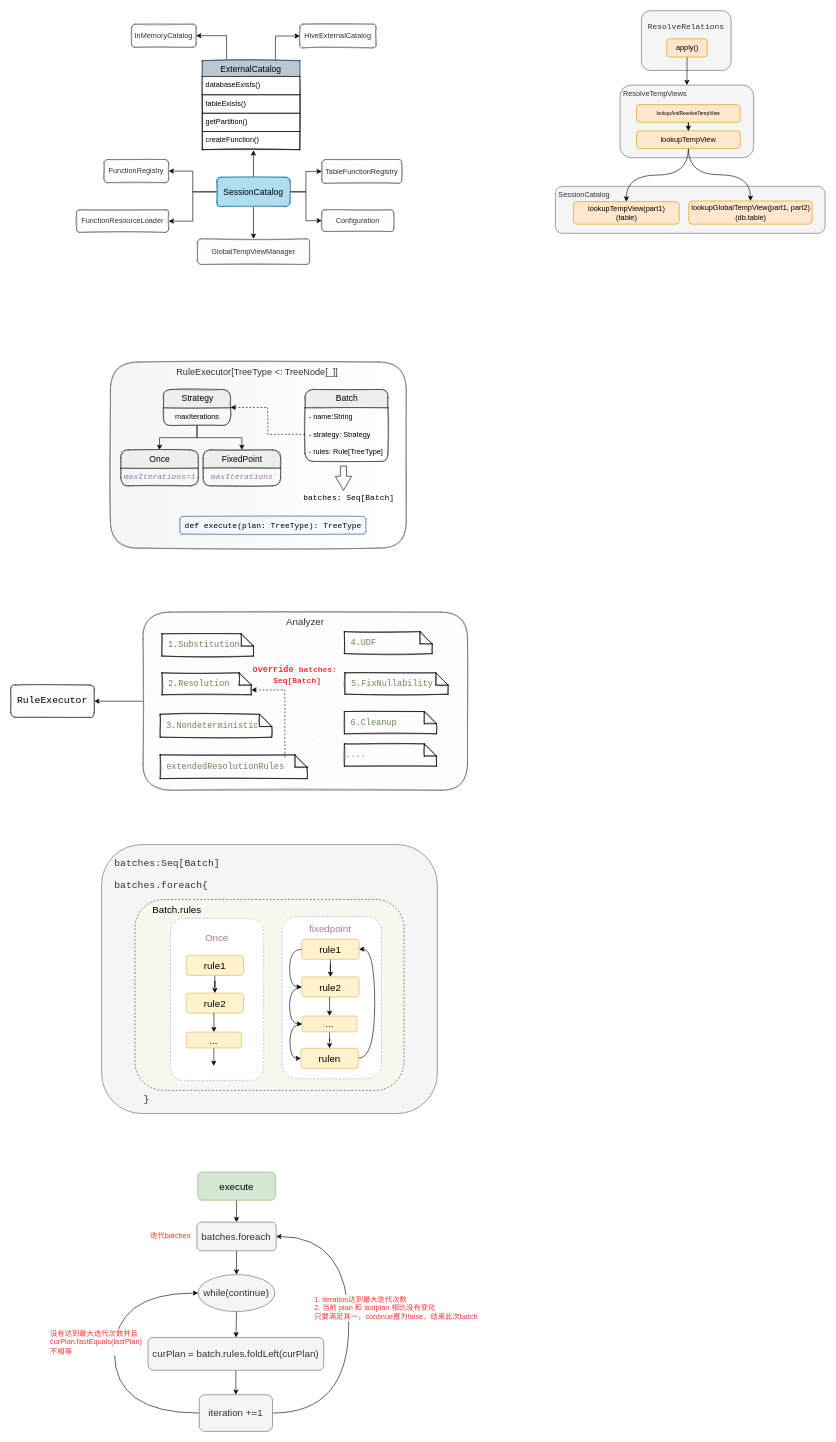
The draw.io diagram Analyzed_and_so_on.drawio in kirito1015/spark_source.sql, before the edit. Source tidied: cells renumbered, new cells numbered last; positions are measured from the earlier drawing's top-left corner, leaving out a move shared by most shapes. Both pictures are drawn from the tidied source at 61%, with x=0, y=0 at pixel (10, 10).
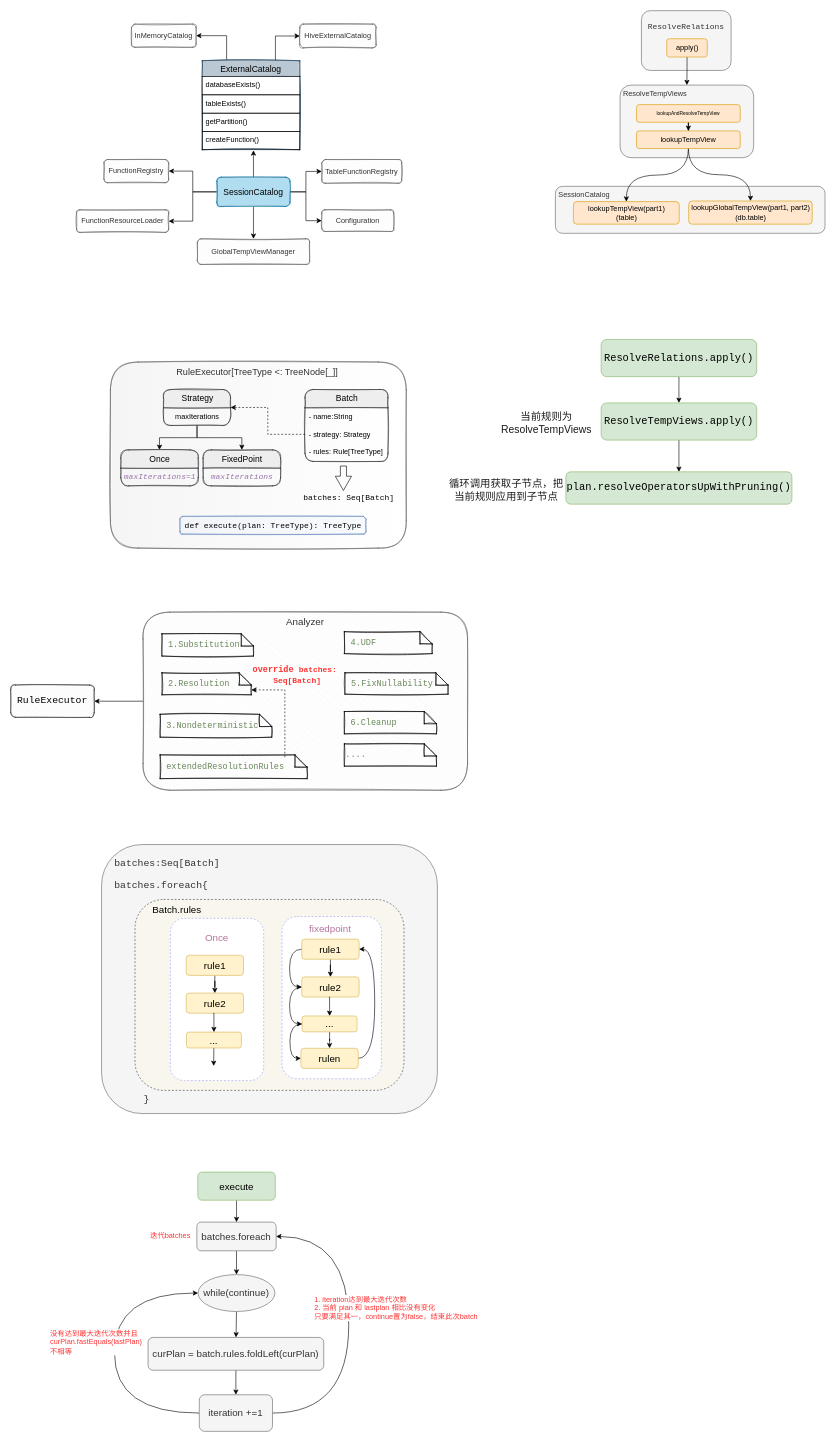
After the change.

Change to the diagram source:
```diff
@@
+    <mxCell id="102" style="edgeStyle=orthogonalEdgeStyle;curved=1;rounded=0;sketch=0;jettySize=auto;html=1;fontFamily=Helvetica;fontSize=17;fontColor=#1A1A1A;elbow=vertical;" parent="1" edge="1" source="103" target="105">
+      <mxGeometry relative="1" as="geometry" />
+    </mxCell>
+    <mxCell id="103" value="&lt;pre style=&quot;font-family: &amp;#34;jetbrains mono&amp;#34; , monospace ; font-size: 17px&quot;&gt;ResolveRelations.apply()&lt;/pre&gt;" style="text;whiteSpace=wrap;html=1;fontSize=17;align=center;verticalAlign=middle;rounded=1;shadow=0;labelBackgroundColor=none;labelBorderColor=none;sketch=0;fillColor=#d5e8d4;strokeColor=#82b366;" parent="1" vertex="1">
+      <mxGeometry x="968" y="539" width="255" height="61" as="geometry" />
+    </mxCell>
+    <mxCell id="104" style="rounded=0;sketch=0;jettySize=auto;html=1;fontFamily=Helvetica;fontSize=17;fontColor=#1A1A1A;elbow=vertical;edgeStyle=orthogonalEdgeStyle;" parent="1" edge="1" source="105" target="106">
+      <mxGeometry relative="1" as="geometry" />
+    </mxCell>
+    <mxCell id="105" value="&lt;pre style=&quot;font-family: &amp;#34;jetbrains mono&amp;#34; , monospace ; font-size: 17px&quot;&gt;ResolveTempViews.apply()&lt;/pre&gt;" style="text;whiteSpace=wrap;html=1;fontSize=17;align=center;verticalAlign=middle;rounded=1;shadow=0;labelBackgroundColor=none;labelBorderColor=none;sketch=0;fillColor=#d5e8d4;strokeColor=#82b366;" parent="1" vertex="1">
+      <mxGeometry x="968" y="643" width="255" height="61" as="geometry" />
+    </mxCell>
+    <mxCell id="106" value="&lt;pre style=&quot;font-family: &amp;#34;jetbrains mono&amp;#34; , monospace ; font-size: 17px&quot;&gt;plan.resolveOperatorsUpWithPruning()&lt;/pre&gt;" style="text;whiteSpace=wrap;html=1;fontSize=17;align=center;verticalAlign=middle;rounded=1;shadow=0;labelBackgroundColor=none;labelBorderColor=none;sketch=0;fillColor=#d5e8d4;strokeColor=#82b366;" parent="1" vertex="1">
+      <mxGeometry x="910.2" y="756" width="370.5" height="53" as="geometry" />
+    </mxCell>
+    <mxCell id="107" value="当前规则为ResolveTempViews" style="text;html=1;strokeColor=none;fillColor=none;align=center;verticalAlign=middle;whiteSpace=wrap;rounded=0;shadow=0;labelBackgroundColor=none;labelBorderColor=none;sketch=0;fontFamily=Helvetica;fontSize=17;fontColor=#1A1A1A;" parent="1" vertex="1">
+      <mxGeometry x="795" y="654" width="167" height="45" as="geometry" />
+    </mxCell>
+    <mxCell id="108" value="循环调用获取子节点，把当前规则应用到子节点" style="text;html=1;strokeColor=none;fillColor=none;align=center;verticalAlign=middle;whiteSpace=wrap;rounded=0;shadow=0;labelBackgroundColor=none;labelBorderColor=none;sketch=0;fontFamily=Helvetica;fontSize=17;fontColor=#1A1A1A;" parent="1" vertex="1">
+      <mxGeometry x="717" y="752" width="191" height="70" as="geometry" />
+    </mxCell>
```
